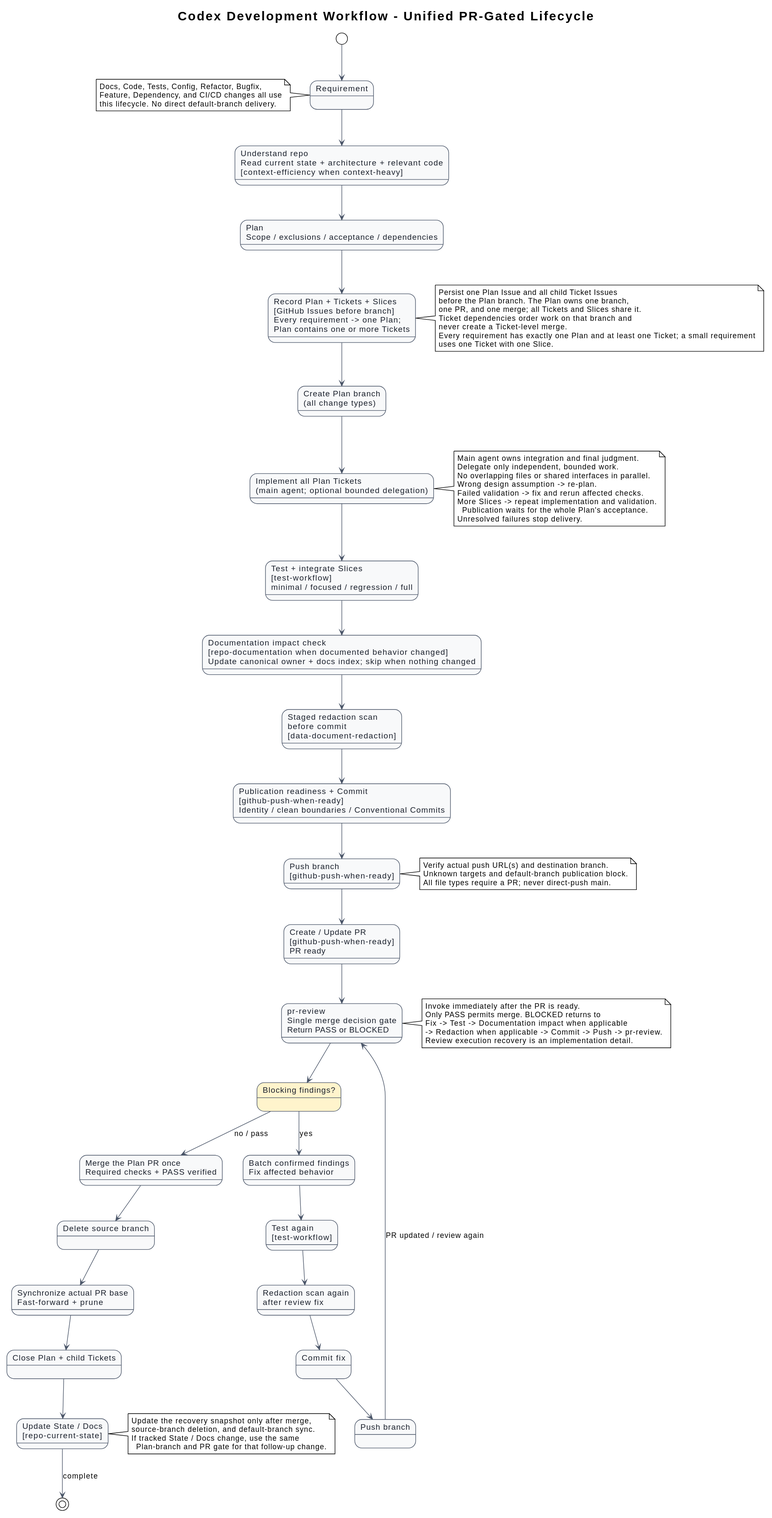
Earlier version of the PlantUML export docs/diagrams/architecture.svg (i-zrhe2016/codex-development-workflow).
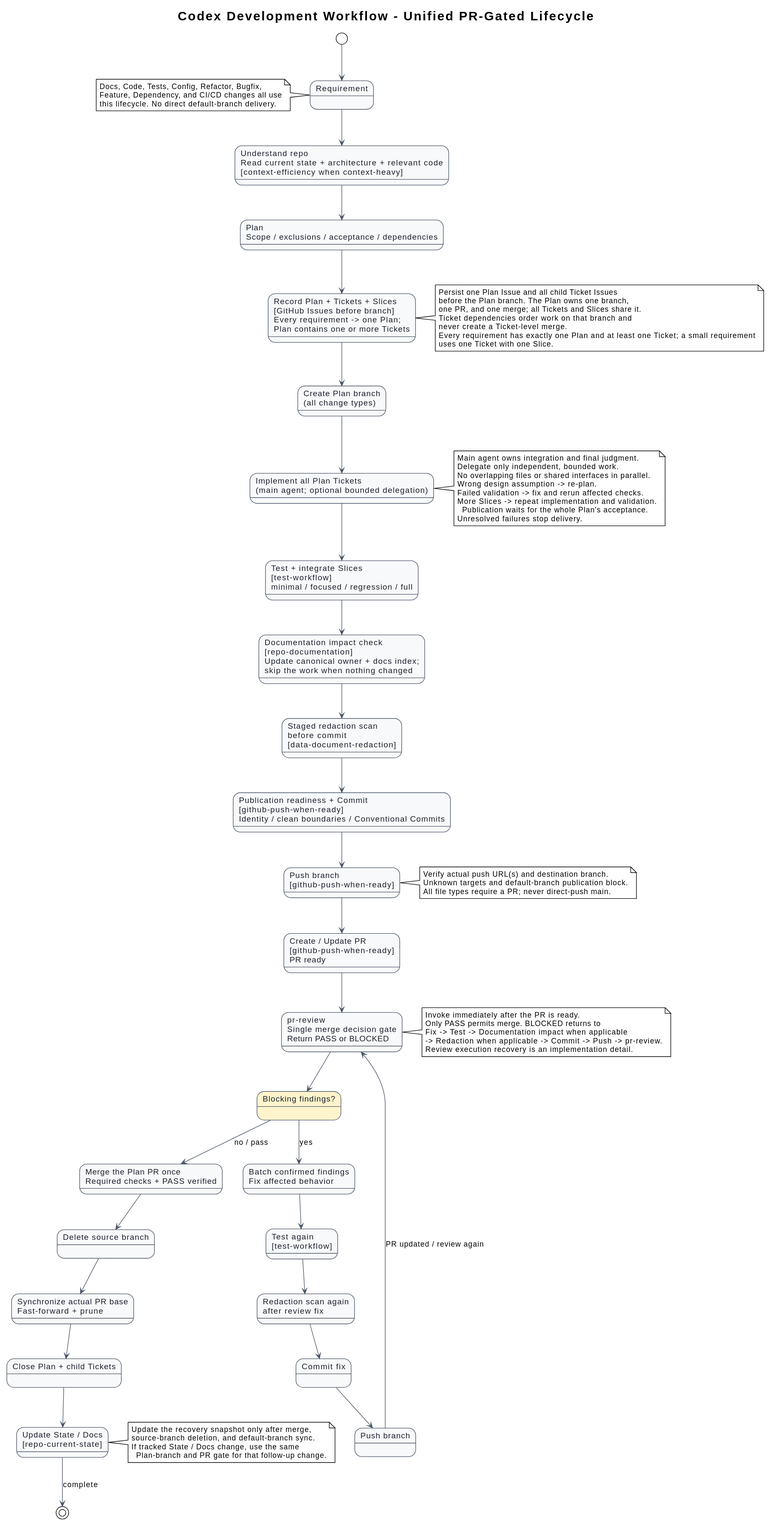
After the commit.

Commit message:
fix(repo-documentation): resolve review findings on standard and trigger

Change to the diagram source:
```diff
@@ -19,7 +19,7 @@
 state "Create Plan branch\n(all change types)" as branch
 state "Implement all Plan Tickets\n(main agent; optional bounded delegation)" as implement
 state "Test + integrate Slices\n[test-workflow]\nminimal / focused / regression / full" as test
-state "Documentation impact check\n[repo-documentation when documented behavior changed]\nUpdate canonical owner + docs index; skip when nothing changed" as docs
+state "Documentation impact check\n[repo-documentation]\nUpdate canonical owner + docs index;\nskip the work when nothing changed" as docs
 state "Staged redaction scan\nbefore commit\n[data-document-redaction]" as redact
 state "Publication readiness + Commit\n[github-push-when-ready]\nIdentity / clean boundaries / Conventional Commits" as commit
 state "Push branch\n[github-push-when-ready]" as push
```
